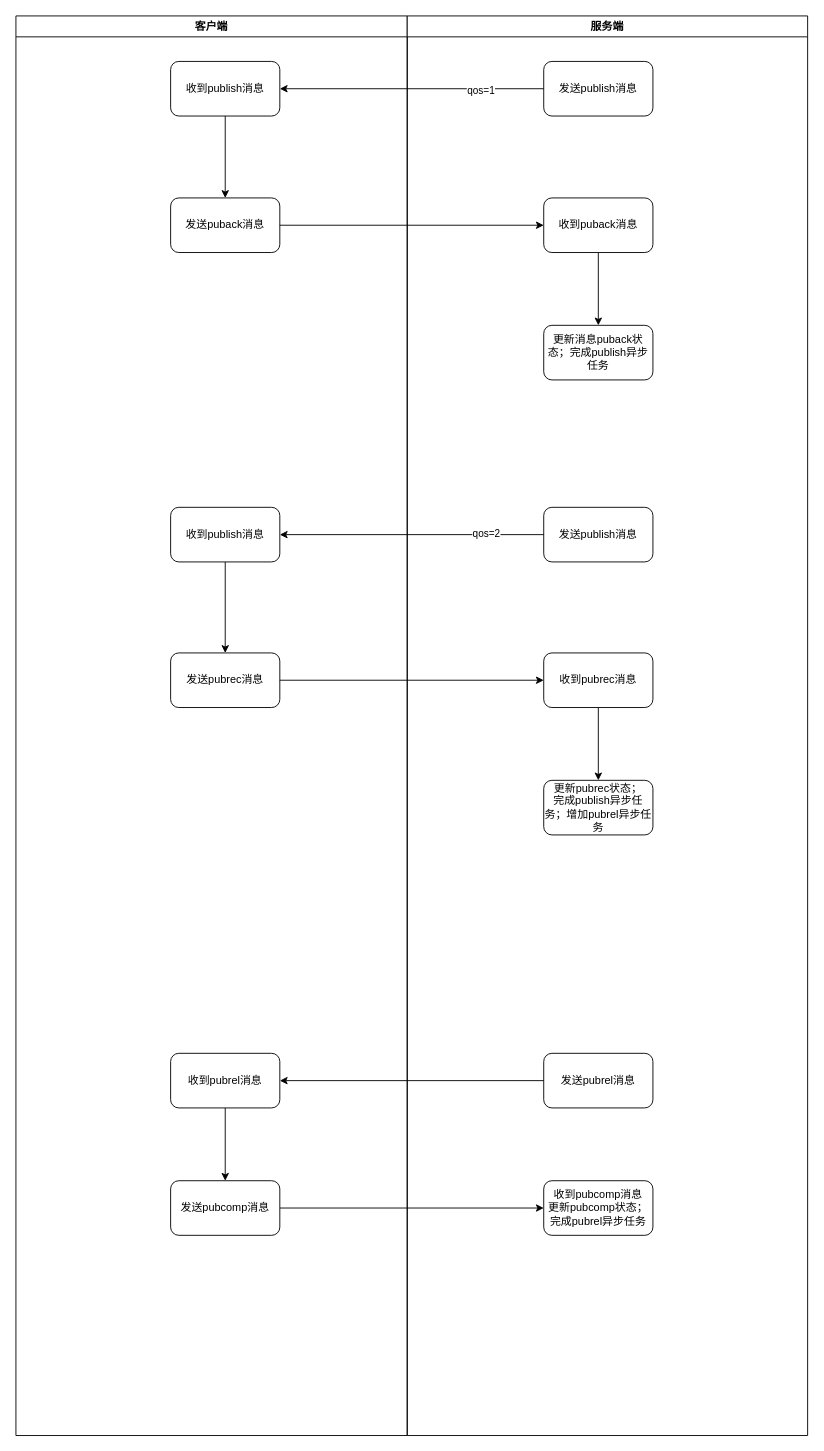
Earlier version of the draw.io diagram page "出站消息" (3 of 5) of doc/qos=2.drawio (EasyProgramming/easy-mqtt). Source tidied: cells renumbered, new cells numbered last; positions are measured from the earlier drawing's top-left corner, leaving out a move shared by most shapes. Both pictures are drawn from the tidied source at 91%, with x=0, y=0 at pixel (15, 15).
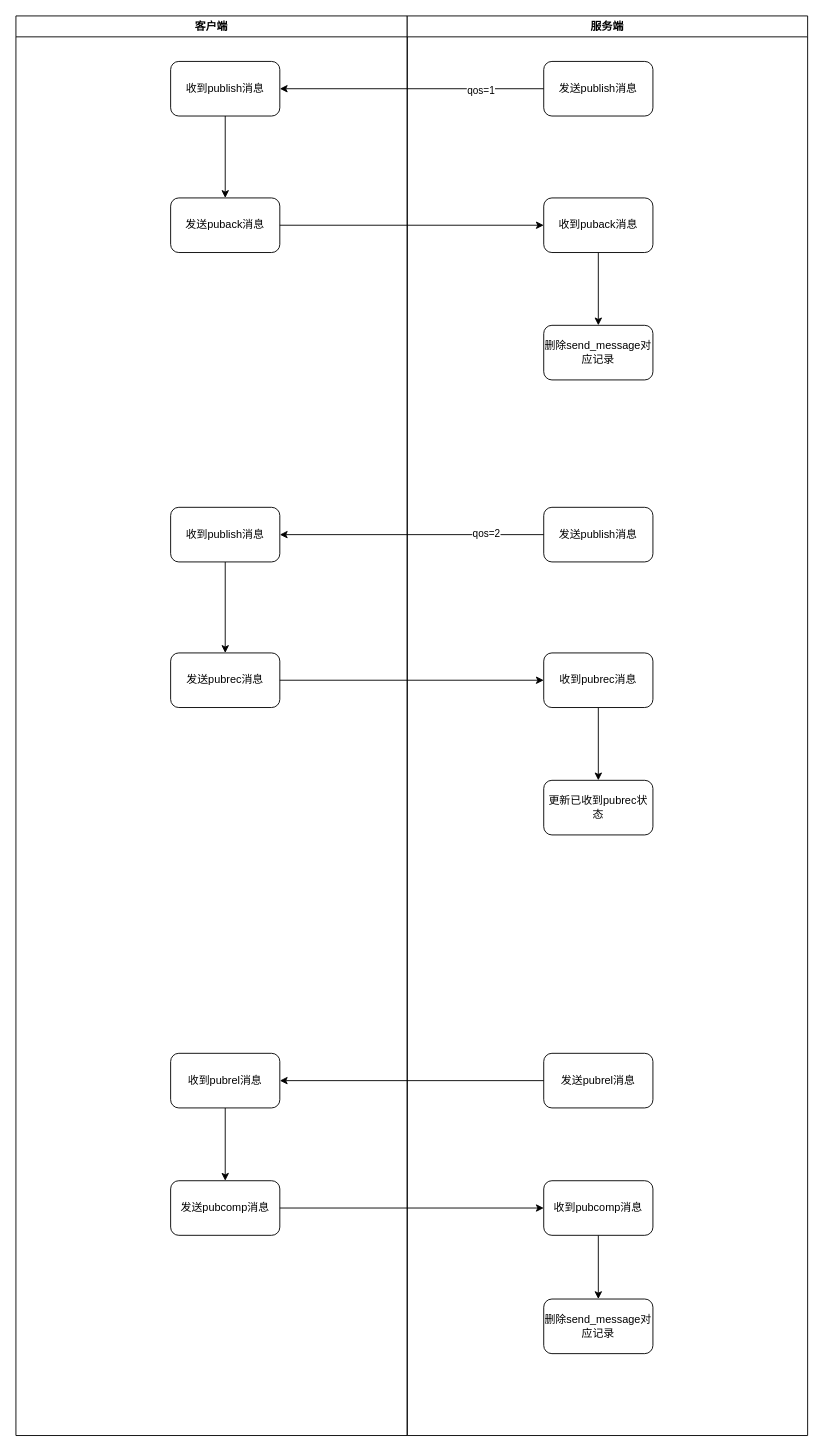
The same diagram, later.

Unchanged cells that the change refers to:
```xml
<mxCell id="12" value="服务端" style="swimlane;whiteSpace=wrap;html=1;" parent="1" vertex="1">
  <mxGeometry x="430" width="440" height="1560" as="geometry" />
</mxCell>
```

Change to the diagram source:
```diff
@@
-    <mxCell id="16" value="更新消息puback状态；完成publish异步任务" style="rounded=1;whiteSpace=wrap;html=1;" parent="12" vertex="1">
+    <mxCell id="16" value="删除send_message对应记录" style="rounded=1;whiteSpace=wrap;html=1;" parent="12" vertex="1">
       <mxGeometry x="150" y="340" width="120" height="60" as="geometry" />
     </mxCell>
@@
+    <mxCell id="31" style="edgeStyle=orthogonalEdgeStyle;rounded=0;jettySize=auto;html=1;" parent="12" edge="1" source="19" target="32">
+      <mxGeometry relative="1" as="geometry" />
+    </mxCell>
-    <mxCell id="19" value="收到pubcomp消息&lt;div&gt;更新pubcomp状态；&lt;/div&gt;&lt;div&gt;完成pubrel异步任务&lt;/div&gt;" style="rounded=1;whiteSpace=wrap;html=1;" parent="12" vertex="1">
+    <mxCell id="19" value="收到pubcomp消息" style="rounded=1;whiteSpace=wrap;html=1;" parent="12" vertex="1">
       <mxGeometry x="150" y="1280" width="120" height="60" as="geometry" />
     </mxCell>
@@
-    <mxCell id="22" value="&lt;div&gt;更新pubrec状态；&lt;/div&gt;完成publish异步任务；增加pubrel异步任务&lt;div&gt;&lt;/div&gt;" style="rounded=1;whiteSpace=wrap;html=1;" parent="12" vertex="1">
+    <mxCell id="22" value="更新已收到pubrec状态&lt;div&gt;&lt;/div&gt;&lt;div&gt;&lt;/div&gt;" style="rounded=1;whiteSpace=wrap;html=1;" parent="12" vertex="1">
       <mxGeometry x="150" y="840" width="120" height="60" as="geometry" />
     </mxCell>
+    <mxCell id="32" value="删除send_message对应记录" style="rounded=1;whiteSpace=wrap;html=1;" parent="12" vertex="1">
+      <mxGeometry x="150" y="1410" width="120" height="60" as="geometry" />
+    </mxCell>
```
